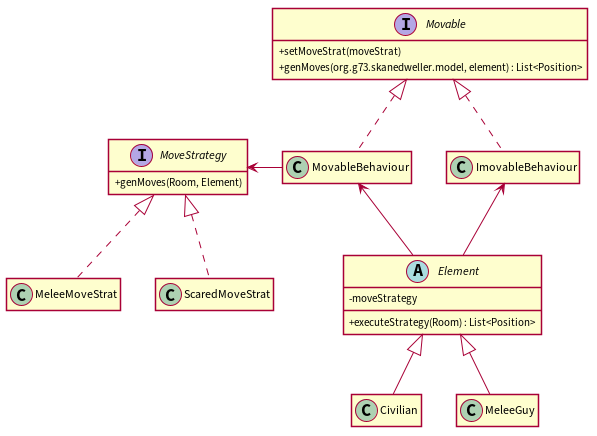
JoaoCostaIFG/LPOO keeps this PlantUML diagram as docs/uml/movement_strategy.png. Above is the earlier version.
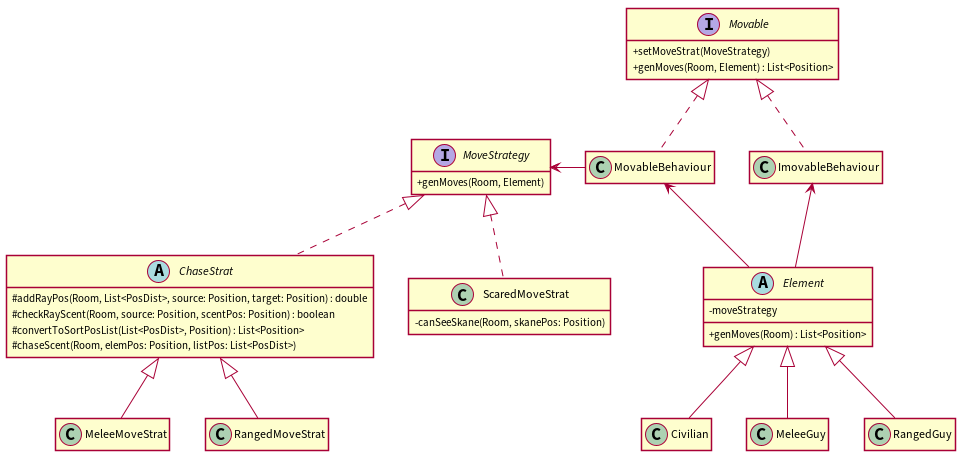
Later version of the same file.

Change to the diagram source:
```diff
@@ -6,25 +6,36 @@
 skinparam shadowing false
 
 interface Movable {
-  + setMoveStrat(moveStrat)
-  + genMoves(org.g73.skanedweller.model, element) : List<Position>
+  + setMoveStrat(MoveStrategy)
+  + genMoves(Room, Element) : List<Position>
 }
+
+abstract class Element {
+- moveStrategy
++ genMoves(Room) : List<Position>
+}
+
+class ImovableBehaviour {}
+class MovableBehaviour {}
+class Civilian {}
+class MeleeGuy {}
+class RangedGuy {}
 
 interface MoveStrategy {
 + genMoves(Room, Element)
 }
 
-abstract class Element {
-- moveStrategy
-+ executeStrategy(Room) : List<Position>
+abstract class ChaseStrat {
+# addRayPos(Room, List<PosDist>, source: Position, target: Position) : double
+# checkRayScent(Room, source: Position, scentPos: Position) : boolean
+# convertToSortPosList(List<PosDist>, Position) : List<Position>
+# chaseScent(Room, elemPos: Position, listPos: List<PosDist>)
 }
-
 class MeleeMoveStrat {}
-class ScaredMoveStrat {}
-class ImovableBehaviour {}
-class MovableBehaviour {}
-class Civilian {}
-class MeleeGuy {}
+class RangedMoveStrat {}
+class ScaredMoveStrat {
+- canSeeSkane(Room, skanePos: Position)
+}
 
 ImovableBehaviour .up.^ Movable
 MovableBehaviour .up.^ Movable
@@ -34,9 +45,12 @@
 
 Civilian -up-^ Element
 MeleeGuy -up-^ Element
+RangedGuy -up-^ Element
 
-MeleeMoveStrat .up.^ MoveStrategy
+ChaseStrat .up.^ MoveStrategy
 ScaredMoveStrat .up.^ MoveStrategy
+MeleeMoveStrat -up-^ ChaseStrat
+RangedMoveStrat -up-^ ChaseStrat
 
 MovableBehaviour -left-> MoveStrategy
 
```
